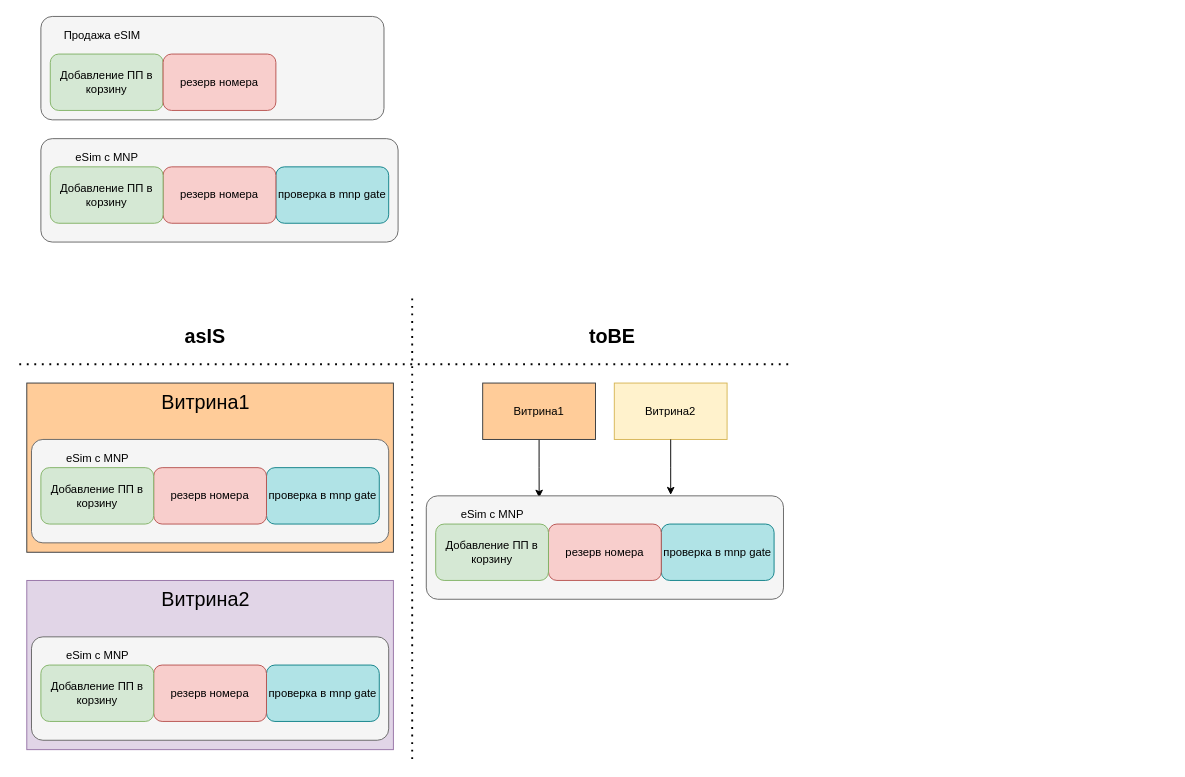
Earlier version of the draw.io diagram page "Пример" (8 of 8) of ExpApiSchematics.drawio (jwkig/expApi). Source tidied: cells renumbered, new cells numbered last; positions are measured from the earlier drawing's top-left corner, leaving out a move shared by most shapes. Both pictures are drawn from the tidied source at 94%, with x=0, y=0 at pixel (17, 16).
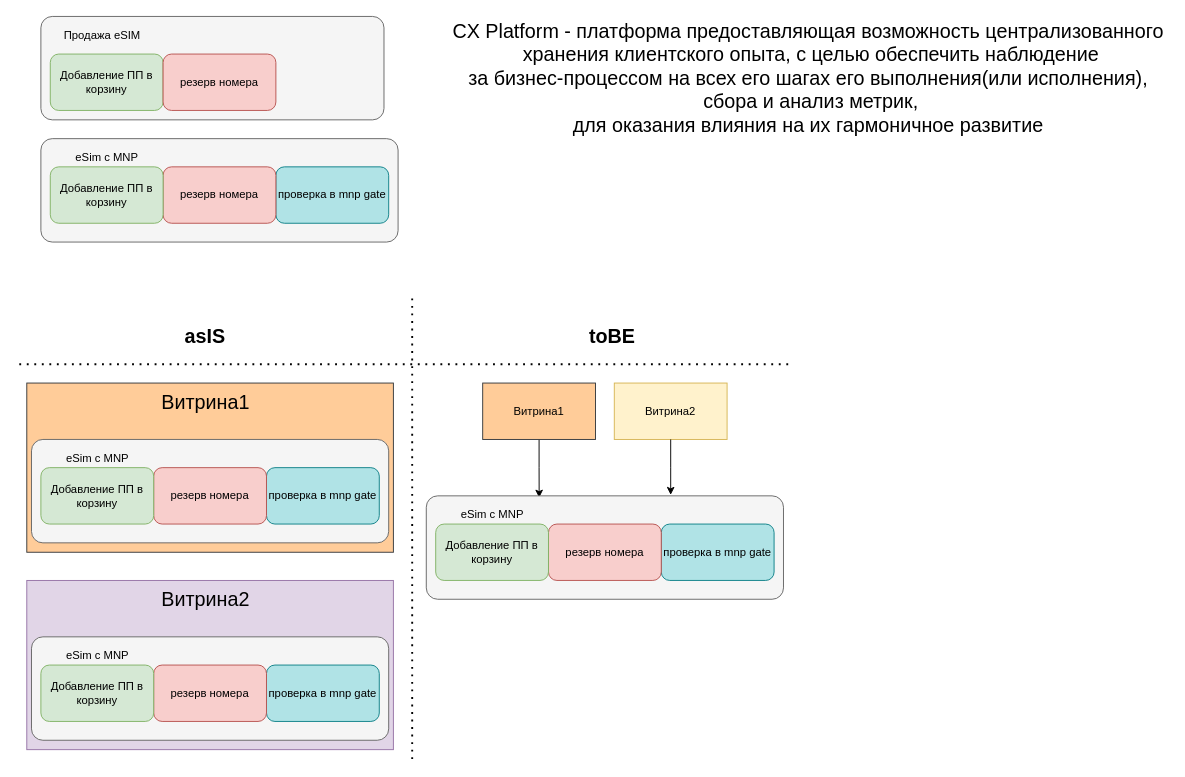
After the change.

The edit, as a diff of the source:
```diff
@@
+    <mxCell id="38" value="CX Platform - платформа предоставляющая возможность централизованного&lt;br&gt;&amp;nbsp;хранения клиентского опыта, с целью обеспечить наблюдение &lt;br&gt;за бизнес-процессом на всех его шагах его выполнения(или исполнения),&lt;br&gt;&amp;nbsp;сбора и анализ метрик, &lt;br&gt;для оказания влияния на их гармоничное развитие" style="text;align=center;verticalAlign=middle;fontSize=21;html=1;" parent="1" vertex="1">
+      <mxGeometry x="456" width="770" height="130" as="geometry" />
+    </mxCell>
```
